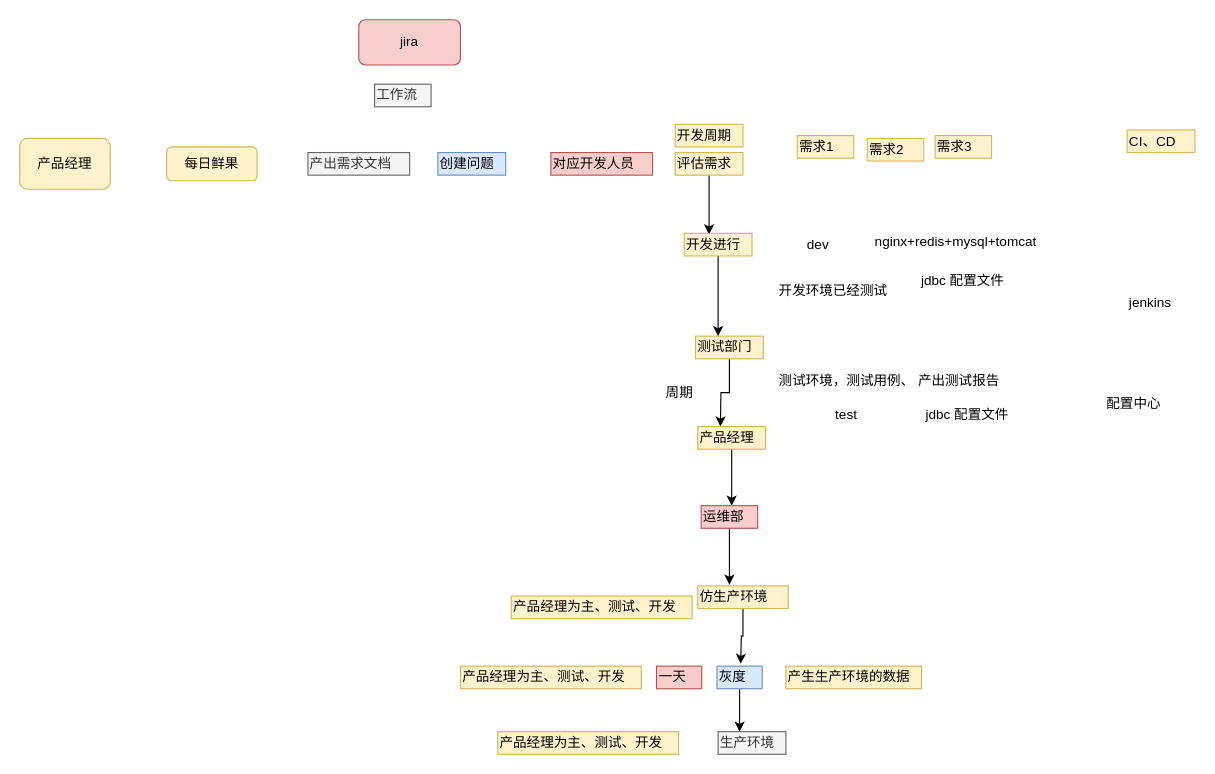
Before: page "第 2 页" (2 of 2) of draw/LDAP.drawio in kame000/kame_img, a draw.io diagram. Source tidied: cells renumbered, new cells numbered last; positions are measured from the earlier drawing's top-left corner, leaving out a move shared by most shapes. Both pictures are drawn from the tidied source at 113%, with x=0, y=0 at pixel (19, 19).
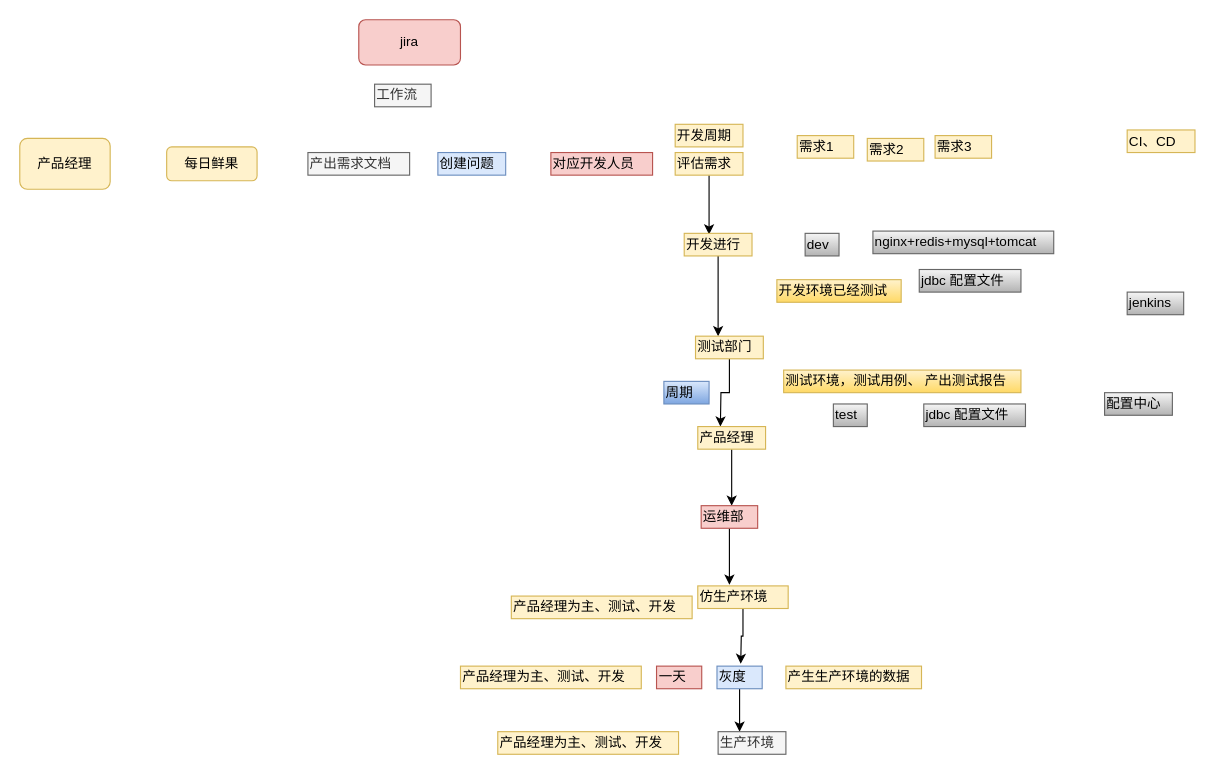
After the change.

The edit, as a diff of the source:
```diff
@@
-    <mxCell id="16" value="周期" style="text;html=1;align=left;verticalAlign=top;spacingTop=-4;" parent="1" vertex="1">
+    <mxCell id="16" value="周期" style="text;html=1;align=left;verticalAlign=top;spacingTop=-4;gradientColor=#7ea6e0;fillColor=#dae8fc;strokeColor=#6c8ebf;" parent="1" vertex="1">
       <mxGeometry x="570" y="320" width="40" height="20" as="geometry" />
     </mxCell>
@@
-    <mxCell id="21" value="开发环境已经测试" style="text;html=1;align=left;verticalAlign=top;spacingTop=-4;" parent="1" vertex="1">
+    <mxCell id="21" value="开发环境已经测试" style="text;html=1;align=left;verticalAlign=top;spacingTop=-4;gradientColor=#ffd966;fillColor=#fff2cc;strokeColor=#d6b656;" parent="1" vertex="1">
       <mxGeometry x="670" y="230" width="110" height="20" as="geometry" />
     </mxCell>
-    <mxCell id="22" value="测试环境，测试用例、 产出测试报告" style="text;html=1;align=left;verticalAlign=top;spacingTop=-4;" parent="1" vertex="1">
-      <mxGeometry x="670" y="310" width="210" height="20" as="geometry" />
+    <mxCell id="22" value="测试环境，测试用例、 产出测试报告" style="text;html=1;align=left;verticalAlign=top;spacingTop=-4;gradientColor=#ffd966;fillColor=#fff2cc;strokeColor=#d6b656;" parent="1" vertex="1">
+      <mxGeometry x="676" y="310" width="210" height="20" as="geometry" />
     </mxCell>
@@
-    <mxCell id="37" value="dev" style="text;html=1;align=left;verticalAlign=top;spacingTop=-4;" parent="1" vertex="1">
+    <mxCell id="37" value="dev" style="text;html=1;align=left;verticalAlign=top;spacingTop=-4;fillColor=#f5f5f5;strokeColor=#666666;gradientColor=#b3b3b3;" parent="1" vertex="1">
       <mxGeometry x="695" y="189" width="30" height="20" as="geometry" />
     </mxCell>
-    <mxCell id="38" value="test" style="text;html=1;align=left;verticalAlign=top;spacingTop=-4;" parent="1" vertex="1">
+    <mxCell id="38" value="test" style="text;html=1;align=left;verticalAlign=top;spacingTop=-4;fillColor=#f5f5f5;strokeColor=#666666;gradientColor=#b3b3b3;" parent="1" vertex="1">
       <mxGeometry x="720" y="340" width="30" height="20" as="geometry" />
     </mxCell>
-    <mxCell id="39" value="nginx+redis+mysql+tomcat" style="text;html=1;align=left;verticalAlign=top;spacingTop=-4;" parent="1" vertex="1">
+    <mxCell id="39" value="nginx+redis+mysql+tomcat" style="text;html=1;align=left;verticalAlign=top;spacingTop=-4;fillColor=#f5f5f5;strokeColor=#666666;gradientColor=#b3b3b3;" parent="1" vertex="1">
       <mxGeometry x="755" y="187" width="160" height="20" as="geometry" />
     </mxCell>
-    <mxCell id="40" value="jdbc 配置文件" style="text;html=1;align=left;verticalAlign=top;spacingTop=-4;" parent="1" vertex="1">
+    <mxCell id="40" value="jdbc 配置文件" style="text;html=1;align=left;verticalAlign=top;spacingTop=-4;fillColor=#f5f5f5;strokeColor=#666666;gradientColor=#b3b3b3;" parent="1" vertex="1">
       <mxGeometry x="800" y="340" width="90" height="20" as="geometry" />
     </mxCell>
-    <mxCell id="41" value="jdbc 配置文件" style="text;html=1;align=left;verticalAlign=top;spacingTop=-4;" parent="1" vertex="1">
+    <mxCell id="41" value="jdbc 配置文件" style="text;html=1;align=left;verticalAlign=top;spacingTop=-4;fillColor=#f5f5f5;strokeColor=#666666;gradientColor=#b3b3b3;" parent="1" vertex="1">
       <mxGeometry x="796" y="221" width="90" height="20" as="geometry" />
     </mxCell>
-    <mxCell id="42" value="jenkins" style="text;html=1;align=left;verticalAlign=top;spacingTop=-4;" parent="1" vertex="1">
+    <mxCell id="42" value="jenkins" style="text;html=1;align=left;verticalAlign=top;spacingTop=-4;fillColor=#f5f5f5;strokeColor=#666666;gradientColor=#b3b3b3;" parent="1" vertex="1">
       <mxGeometry x="980" y="241" width="50" height="20" as="geometry" />
     </mxCell>
-    <mxCell id="43" value="配置中心" style="text;html=1;align=left;verticalAlign=top;spacingTop=-4;" parent="1" vertex="1">
+    <mxCell id="43" value="配置中心" style="text;html=1;align=left;verticalAlign=top;spacingTop=-4;fillColor=#f5f5f5;strokeColor=#666666;gradientColor=#b3b3b3;" parent="1" vertex="1">
       <mxGeometry x="960" y="330" width="60" height="20" as="geometry" />
     </mxCell>
```
